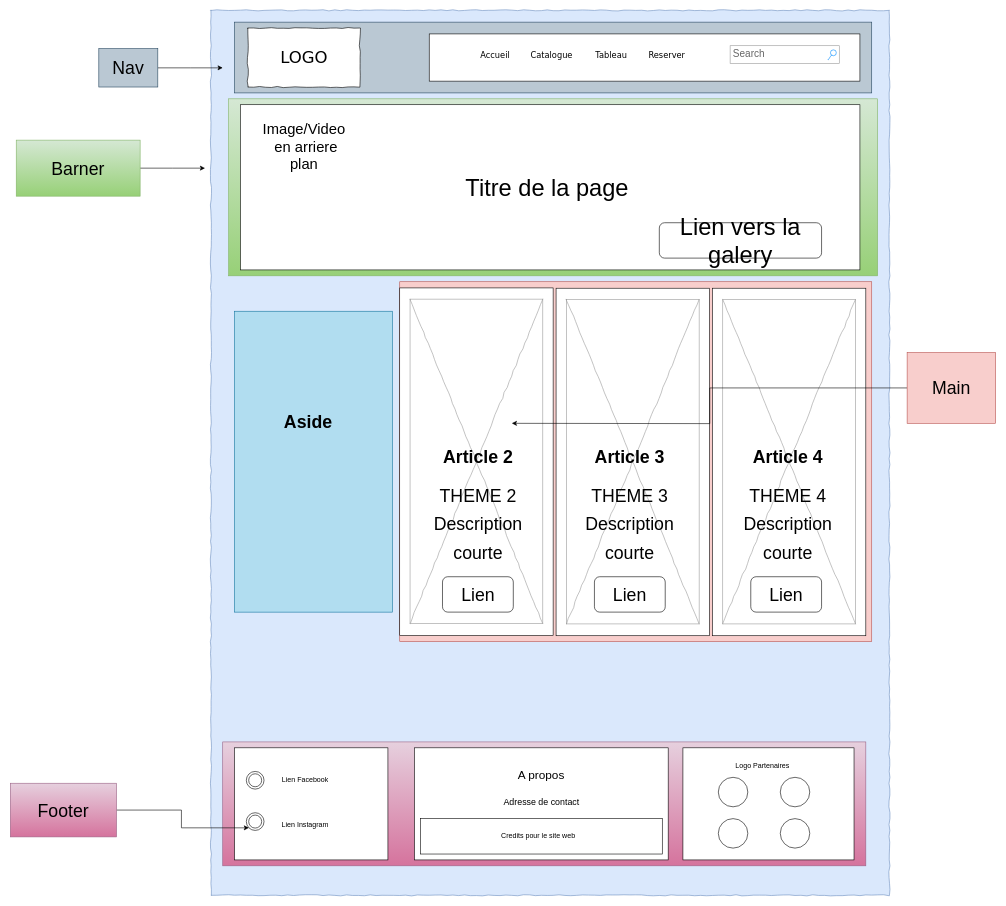
This is page "base_home" (1 of 6) of src/Autres fichiers/proto_home_21_08.drawio from arseneRuben/programmation-web-tp, a draw.io file, before an edit. Source tidied: cells renumbered, new cells numbered last; positions are measured from the earlier drawing's top-left corner, leaving out a move shared by most shapes. Both pictures are drawn from the tidied source at 59%, with x=0, y=0 at pixel (10, 10).
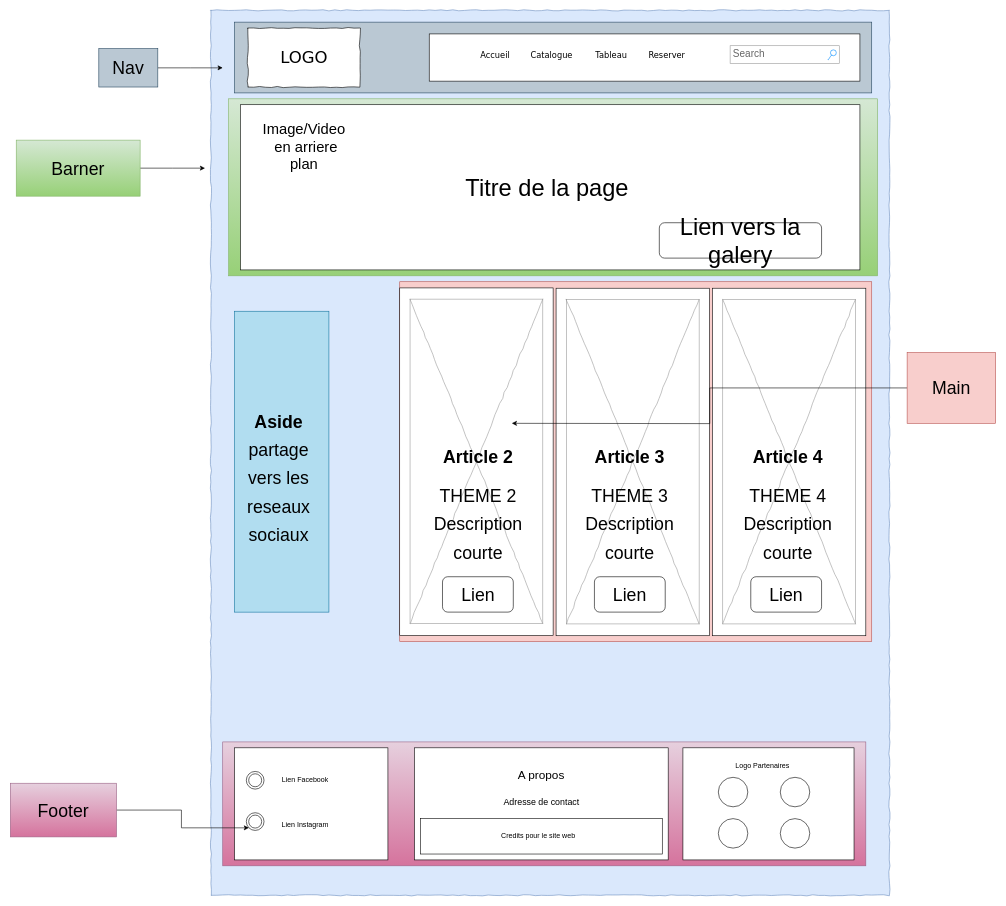
The same page after the edit.

Change to the diagram source:
```diff
@@
     <mxCell id="4" style="rounded=0;whiteSpace=wrap;html=1;fontSize=30;fillColor=#b1ddf0;strokeColor=#10739e;" parent="1" vertex="1">
-      <mxGeometry x="380" y="510" width="267.5" height="510" as="geometry" />
+      <mxGeometry x="380" y="510" width="160" height="510" as="geometry" />
     </mxCell>
@@
-    <mxCell id="55" value="&lt;h1 style=&quot;font-size: 30px;&quot;&gt;&lt;/h1&gt;&lt;span style=&quot;font-size: 30px;&quot;&gt;&lt;b&gt;Aside&lt;/b&gt;&lt;/span&gt;&lt;span style=&quot;font-size: 30px;&quot;&gt;&lt;br&gt;&lt;/span&gt;" style="text;html=1;strokeColor=none;fillColor=none;spacing=5;spacingTop=-20;whiteSpace=wrap;overflow=hidden;rounded=0;fontSize=40;align=center;" parent="1" vertex="1">
-      <mxGeometry x="390" y="659.5" width="230" height="210" as="geometry" />
+    <mxCell id="55" value="&lt;h1 style=&quot;font-size: 30px;&quot;&gt;&lt;/h1&gt;&lt;span style=&quot;font-size: 30px;&quot;&gt;&lt;b&gt;Aside&lt;br&gt;&lt;/b&gt;&lt;/span&gt;&lt;span style=&quot;font-size: 30px;&quot;&gt;partage vers les reseaux sociaux&lt;br&gt;&lt;/span&gt;" style="text;html=1;strokeColor=none;fillColor=none;spacing=5;spacingTop=-20;whiteSpace=wrap;overflow=hidden;rounded=0;fontSize=40;align=center;" parent="1" vertex="1">
+      <mxGeometry x="390" y="660" width="130" height="300" as="geometry" />
     </mxCell>
```
